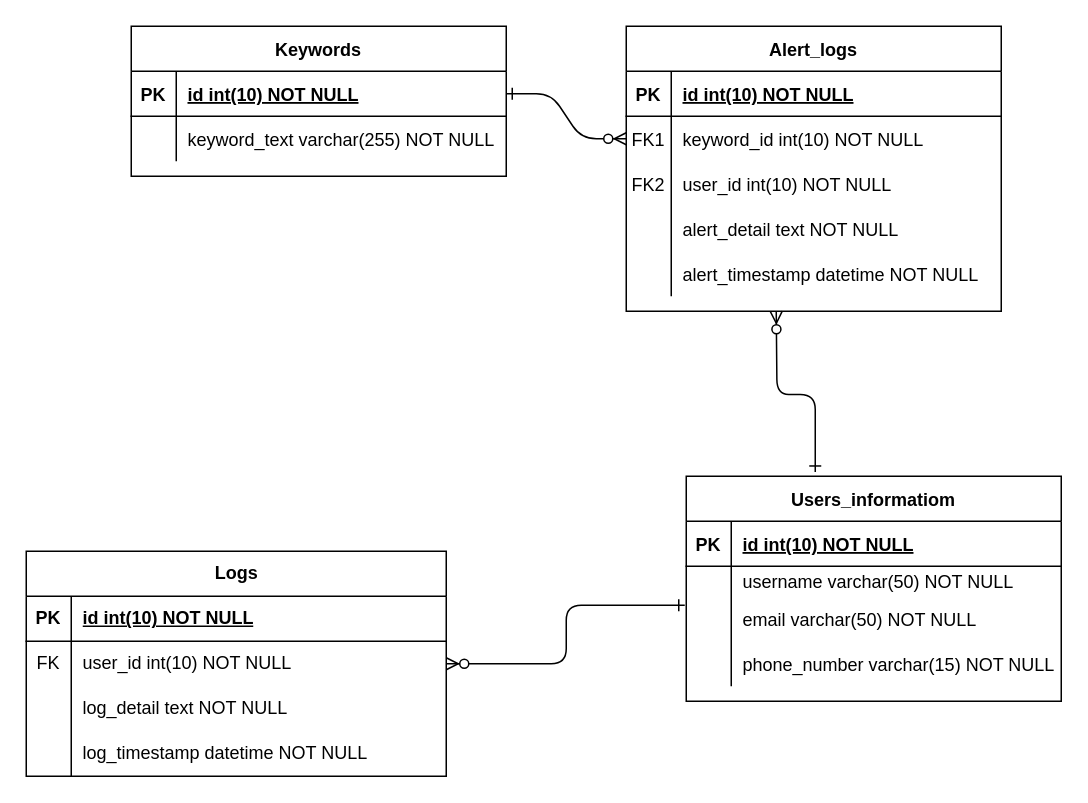
Above: Biểu đồ không có tiêu đề.drawio in tung23102000/test-ssh (draw.io), before the change. Source tidied: cells renumbered, new cells numbered last; positions are measured from the earlier drawing's top-left corner, leaving out a move shared by most shapes. Both pictures are drawn from the tidied source at 150%, with x=0, y=0 at pixel (26, 26).
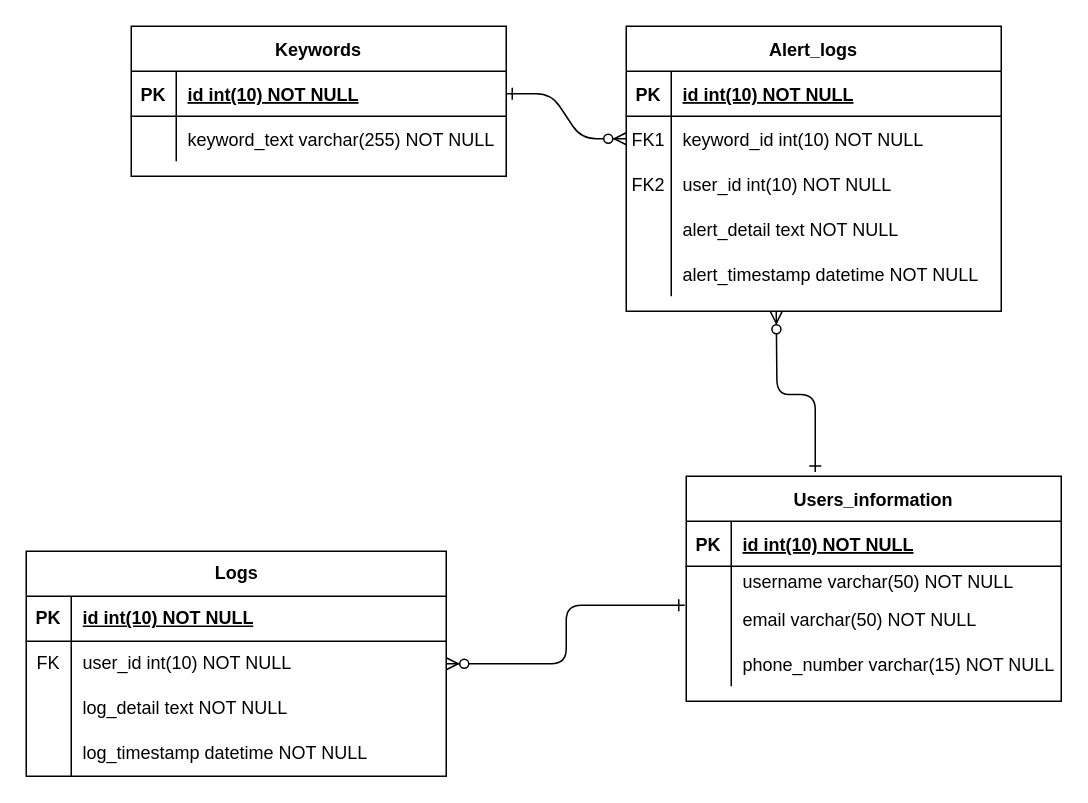
The same diagram, later.

Commit message:
Cập nhật Biểu đồ không có tiêu đề.drawio

Change to the diagram source:
```diff
@@
-    <mxCell id="19" value="Users_informatiom" style="shape=table;startSize=30;childLayout=tableLayout;rowLines=0;fontStyle=1;align=center;" parent="1" vertex="1">
+    <mxCell id="19" value="Users_information" style="shape=table;startSize=30;childLayout=tableLayout;rowLines=0;fontStyle=1;align=center;" parent="1" vertex="1">
       <mxGeometry x="440" y="300" width="250" height="150" as="geometry" />
     </mxCell>
```
